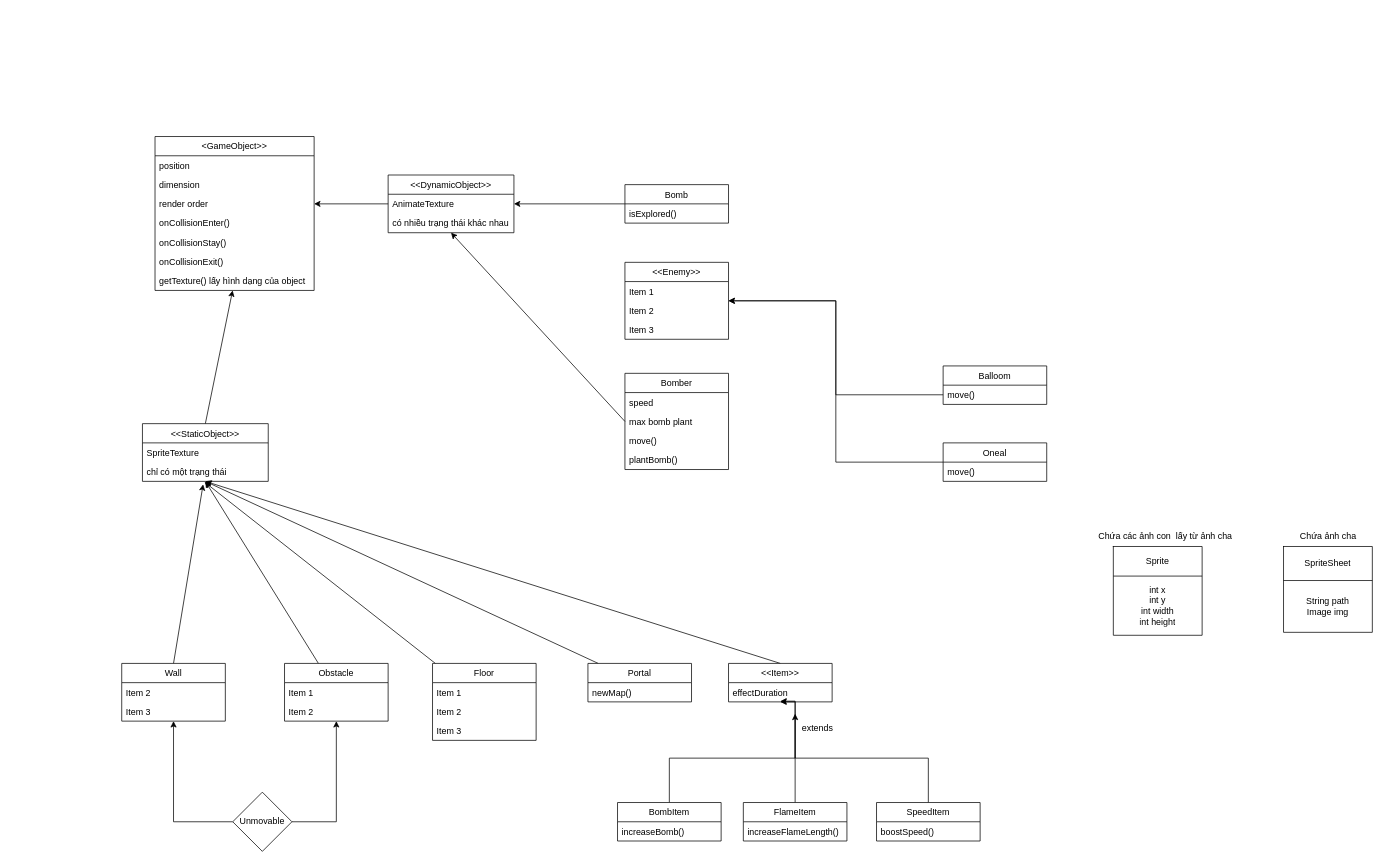
This is src/main/java/uet/gryffindor/game/object/object uml.drawio from hoang1007/bomberman, a draw.io file, before an edit. Source tidied: cells renumbered, new cells numbered last; positions are measured from the earlier drawing's top-left corner, leaving out a move shared by most shapes. Both pictures are drawn from the tidied source at 74%, with x=0, y=0 at pixel (121, 136).
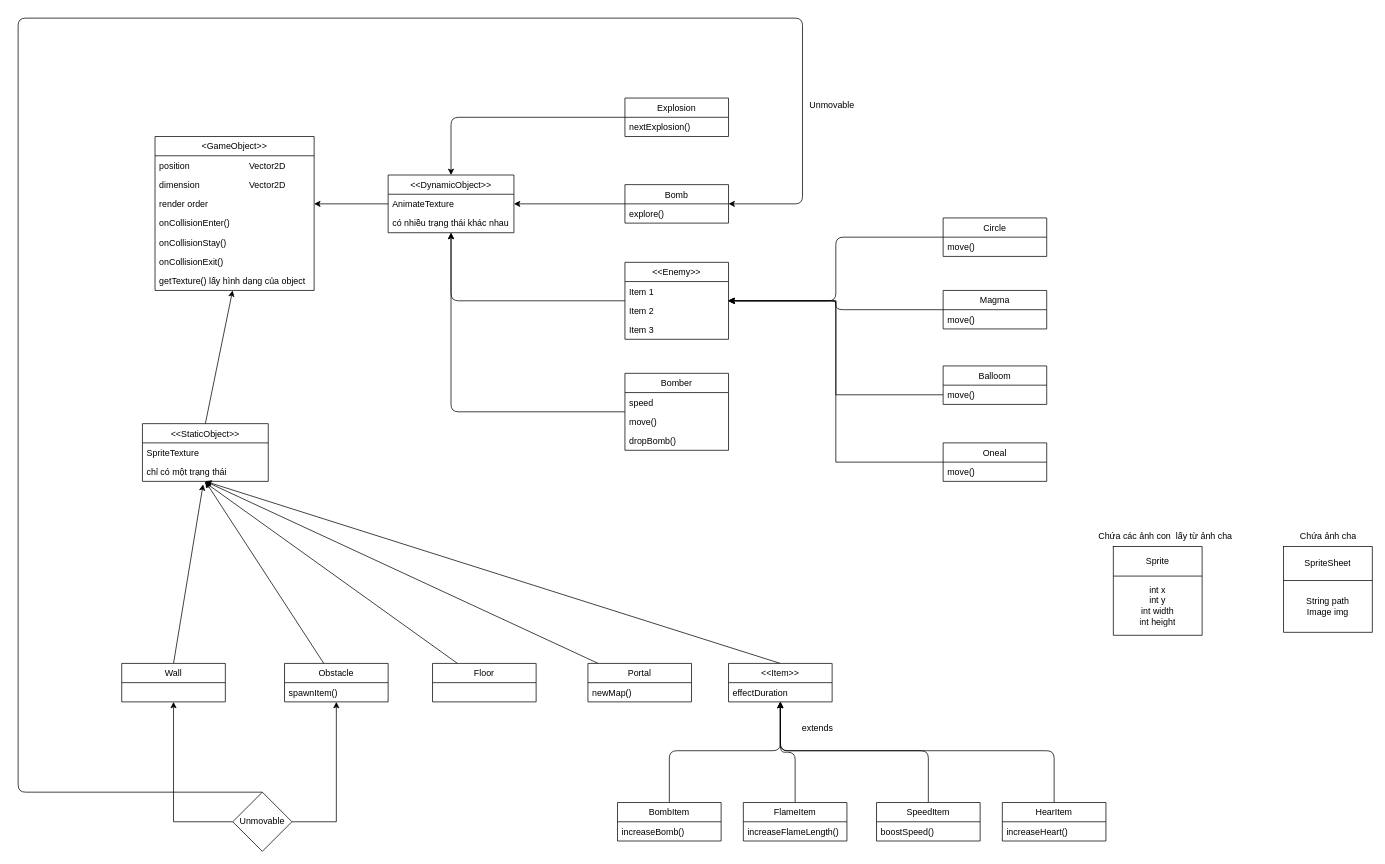
The same page after the edit.

Unchanged cells that the change refers to:
```xml
<mxCell id="14" value="&lt;GameObject&gt;&gt;" style="swimlane;fontStyle=0;horizontal=1;startSize=26;" parent="1" vertex="1">
  <mxGeometry x="45" width="215" height="208" as="geometry" />
</mxCell>
<mxCell id="22" value="&lt;&lt;Enemy&gt;&gt;" style="swimlane;fontStyle=0;horizontal=1;startSize=26;" parent="1" vertex="1">
  <mxGeometry x="680" y="170" width="140" height="104" as="geometry" />
</mxCell>
<mxCell id="24" value="Item 2" style="text;strokeColor=none;fillColor=none;align=left;verticalAlign=top;spacingLeft=4;spacingRight=4;overflow=hidden;points=[[0,0.5],[1,0.5]];portConstraint=eastwest;" parent="22" vertex="1">
  <mxGeometry y="52" width="140" height="26" as="geometry" />
</mxCell>
<mxCell id="48" value="&lt;&lt;Item&gt;&gt;" style="swimlane;fontStyle=0;horizontal=1;startSize=26;" parent="1" vertex="1">
  <mxGeometry x="820" y="712" width="140" height="52" as="geometry" />
</mxCell>
<mxCell id="49" value="effectDuration" style="text;strokeColor=none;fillColor=none;align=left;verticalAlign=top;spacingLeft=4;spacingRight=4;overflow=hidden;points=[[0,0.5],[1,0.5]];portConstraint=eastwest;" parent="48" vertex="1">
  <mxGeometry y="26" width="140" height="26" as="geometry" />
</mxCell>
<mxCell id="51" value="BombItem" style="swimlane;fontStyle=0;horizontal=1;startSize=26;" parent="1" vertex="1">
  <mxGeometry x="670" y="900" width="140" height="52" as="geometry" />
</mxCell>
<mxCell id="54" value="FlameItem" style="swimlane;fontStyle=0;horizontal=1;startSize=26;" parent="1" vertex="1">
  <mxGeometry x="840" y="900" width="140" height="52" as="geometry" />
</mxCell>
<mxCell id="57" value="SpeedItem" style="swimlane;fontStyle=0;horizontal=1;startSize=26;" parent="1" vertex="1">
  <mxGeometry x="1020" y="900" width="140" height="52" as="geometry" />
</mxCell>
<mxCell id="67" value="Unmovable" style="rhombus;whiteSpace=wrap;html=1;" parent="1" vertex="1">
  <mxGeometry x="150" y="886" width="80" height="80" as="geometry" />
</mxCell>
<mxCell id="70" value="&lt;&lt;DynamicObject&gt;&gt;" style="swimlane;fontStyle=0;horizontal=1;startSize=26;" parent="1" vertex="1">
  <mxGeometry x="360" y="52" width="170" height="78" as="geometry" />
</mxCell>
<mxCell id="78" value="Bomb" style="swimlane;fontStyle=0;horizontal=1;startSize=26;" parent="1" vertex="1">
  <mxGeometry x="680" y="65" width="140" height="52" as="geometry" />
</mxCell>
```

What changed in the source:
```diff
@@
-    <mxCell id="15" value="position" style="text;strokeColor=none;fillColor=none;align=left;verticalAlign=top;spacingLeft=4;spacingRight=4;overflow=hidden;" parent="14" vertex="1">
+    <mxCell id="15" value="position                        Vector2D" style="text;strokeColor=none;fillColor=none;align=left;verticalAlign=top;spacingLeft=4;spacingRight=4;overflow=hidden;" parent="14" vertex="1">
       <mxGeometry y="26" width="215" height="26" as="geometry" />
     </mxCell>
-    <mxCell id="16" value="dimension" style="text;strokeColor=none;fillColor=none;align=left;verticalAlign=top;spacingLeft=4;spacingRight=4;overflow=hidden;" parent="14" vertex="1">
+    <mxCell id="16" value="dimension                    Vector2D" style="text;strokeColor=none;fillColor=none;align=left;verticalAlign=top;spacingLeft=4;spacingRight=4;overflow=hidden;" parent="14" vertex="1">
       <mxGeometry y="52" width="215" height="26" as="geometry" />
     </mxCell>
@@
+    <mxCell id="81" style="edgeStyle=orthogonalEdgeStyle;html=1;" parent="1" edge="1" source="22" target="70">
+      <mxGeometry relative="1" as="geometry" />
+    </mxCell>
@@
+    <mxCell id="82" style="edgeStyle=orthogonalEdgeStyle;html=1;" parent="1" edge="1" source="26" target="70">
+      <mxGeometry relative="1" as="geometry" />
+    </mxCell>
     <mxCell id="26" value="Bomber" style="swimlane;fontStyle=0;horizontal=1;startSize=26;" parent="1" vertex="1">
-      <mxGeometry x="680" y="320" width="140" height="130" as="geometry" />
+      <mxGeometry x="680" y="320" width="140" height="104" as="geometry" />
     </mxCell>
@@
-    <mxCell id="28" value="max bomb plant" style="text;strokeColor=none;fillColor=none;align=left;verticalAlign=top;spacingLeft=4;spacingRight=4;overflow=hidden;points=[[0,0.5],[1,0.5]];portConstraint=eastwest;" parent="26" vertex="1">
-      <mxGeometry y="52" width="140" height="26" as="geometry" />
-    </mxCell>
     <mxCell id="29" value="move()" style="text;strokeColor=none;fillColor=none;align=left;verticalAlign=top;spacingLeft=4;spacingRight=4;overflow=hidden;" parent="26" vertex="1">
-      <mxGeometry y="78" width="140" height="26" as="geometry" />
+      <mxGeometry y="52" width="140" height="26" as="geometry" />
     </mxCell>
-    <mxCell id="30" value="plantBomb()" style="text;strokeColor=none;fillColor=none;align=left;verticalAlign=top;spacingLeft=4;spacingRight=4;overflow=hidden;" parent="26" vertex="1">
-      <mxGeometry y="104" width="140" height="26" as="geometry" />
+    <mxCell id="30" value="dropBomb()" style="text;strokeColor=none;fillColor=none;align=left;verticalAlign=top;spacingLeft=4;spacingRight=4;overflow=hidden;" parent="26" vertex="1">
+      <mxGeometry y="78" width="140" height="26" as="geometry" />
     </mxCell>
@@
     <mxCell id="32" value="Wall" style="swimlane;fontStyle=0;horizontal=1;startSize=26;" parent="1" vertex="1">
-      <mxGeometry y="712" width="140" height="78" as="geometry" />
+      <mxGeometry y="712" width="140" height="52" as="geometry" />
     </mxCell>
-    <mxCell id="33" value="Item 2" style="text;strokeColor=none;fillColor=none;align=left;verticalAlign=top;spacingLeft=4;spacingRight=4;overflow=hidden;" parent="32" vertex="1">
-      <mxGeometry y="26" width="140" height="26" as="geometry" />
-    </mxCell>
-    <mxCell id="34" value="Item 3" style="text;strokeColor=none;fillColor=none;align=left;verticalAlign=top;spacingLeft=4;spacingRight=4;overflow=hidden;" parent="32" vertex="1">
-      <mxGeometry y="52" width="140" height="26" as="geometry" />
-    </mxCell>
@@
     <mxCell id="36" value="Obstacle" style="swimlane;fontStyle=0;horizontal=1;startSize=26;" parent="1" vertex="1">
-      <mxGeometry x="220" y="712" width="140" height="78" as="geometry" />
+      <mxGeometry x="220" y="712" width="140" height="52" as="geometry" />
     </mxCell>
-    <mxCell id="37" value="Item 1" style="text;strokeColor=none;fillColor=none;align=left;verticalAlign=top;spacingLeft=4;spacingRight=4;overflow=hidden;" parent="36" vertex="1">
-      <mxGeometry y="26" width="140" height="26" as="geometry" />
-    </mxCell>
-    <mxCell id="38" value="Item 2" style="text;strokeColor=none;fillColor=none;align=left;verticalAlign=top;spacingLeft=4;spacingRight=4;overflow=hidden;" parent="36" vertex="1">
-      <mxGeometry y="52" width="140" height="26" as="geometry" />
+    <mxCell id="38" value="spawnItem()" style="text;strokeColor=none;fillColor=none;align=left;verticalAlign=top;spacingLeft=4;spacingRight=4;overflow=hidden;" parent="36" vertex="1">
+      <mxGeometry y="26" width="140" height="26" as="geometry" />
     </mxCell>
@@
     <mxCell id="40" value="Floor" style="swimlane;fontStyle=0;horizontal=1;startSize=26;" parent="1" vertex="1">
-      <mxGeometry x="420" y="712" width="140" height="104" as="geometry" />
+      <mxGeometry x="420" y="712" width="140" height="52" as="geometry" />
     </mxCell>
-    <mxCell id="41" value="Item 1" style="text;strokeColor=none;fillColor=none;align=left;verticalAlign=top;spacingLeft=4;spacingRight=4;overflow=hidden;" parent="40" vertex="1">
-      <mxGeometry y="26" width="140" height="26" as="geometry" />
-    </mxCell>
-    <mxCell id="42" value="Item 2" style="text;strokeColor=none;fillColor=none;align=left;verticalAlign=top;spacingLeft=4;spacingRight=4;overflow=hidden;" parent="40" vertex="1">
-      <mxGeometry y="52" width="140" height="26" as="geometry" />
-    </mxCell>
-    <mxCell id="43" value="Item 3" style="text;strokeColor=none;fillColor=none;align=left;verticalAlign=top;spacingLeft=4;spacingRight=4;overflow=hidden;" parent="40" vertex="1">
-      <mxGeometry y="78" width="140" height="26" as="geometry" />
-    </mxCell>
@@
-    <mxCell id="50" style="edgeStyle=orthogonalEdgeStyle;rounded=0;jettySize=auto;html=1;entryX=0.5;entryY=1;entryDx=0;entryDy=0;" parent="1" edge="1" source="51" target="48">
+    <mxCell id="50" style="edgeStyle=orthogonalEdgeStyle;html=1;" parent="1" edge="1" source="51" target="48">
       <mxGeometry relative="1" as="geometry">
         <Array as="points">
-          <mxPoint x="740" y="840" />
-          <mxPoint x="910" y="840" />
+          <mxPoint x="740" y="830" />
+          <mxPoint x="890" y="830" />
         </Array>
       </mxGeometry>
     </mxCell>
@@
-    <mxCell id="53" style="edgeStyle=orthogonalEdgeStyle;rounded=0;jettySize=auto;html=1;exitX=0.5;exitY=0;exitDx=0;exitDy=0;" parent="1" edge="1" source="54">
-      <mxGeometry relative="1" as="geometry">
-        <mxPoint x="910" y="780" as="targetPoint" />
-      </mxGeometry>
-    </mxCell>
+    <mxCell id="83" style="edgeStyle=orthogonalEdgeStyle;html=1;" parent="1" edge="1" source="54" target="48">
+      <mxGeometry relative="1" as="geometry" />
+    </mxCell>
@@
-    <mxCell id="56" style="edgeStyle=orthogonalEdgeStyle;rounded=0;jettySize=auto;html=1;entryX=0.5;entryY=0.962;entryDx=0;entryDy=0;entryPerimeter=0;" parent="1" edge="1" source="57" target="49">
-      <mxGeometry relative="1" as="geometry">
-        <Array as="points">
-          <mxPoint x="1090" y="840" />
-          <mxPoint x="910" y="840" />
-        </Array>
-      </mxGeometry>
-    </mxCell>
+    <mxCell id="84" style="edgeStyle=orthogonalEdgeStyle;html=1;" parent="1" edge="1" source="57" target="48">
+      <mxGeometry relative="1" as="geometry">
+        <Array as="points">
+          <mxPoint x="1090" y="830" />
+          <mxPoint x="890" y="830" />
+        </Array>
+      </mxGeometry>
+    </mxCell>
@@
+    <mxCell id="85" style="edgeStyle=orthogonalEdgeStyle;html=1;exitX=0.5;exitY=0;exitDx=0;exitDy=0;" parent="1" edge="1" source="67" target="78">
+      <mxGeometry relative="1" as="geometry">
+        <Array as="points">
+          <mxPoint x="-140" y="886" />
+          <mxPoint x="-140" y="-160" />
+          <mxPoint x="920" y="-160" />
+          <mxPoint x="920" y="91" />
+        </Array>
+      </mxGeometry>
+    </mxCell>
@@
-    <mxCell id="79" value="isExplored()" style="text;strokeColor=none;fillColor=none;align=left;verticalAlign=top;spacingLeft=4;spacingRight=4;overflow=hidden;" parent="78" vertex="1">
+    <mxCell id="79" value="explore()" style="text;strokeColor=none;fillColor=none;align=left;verticalAlign=top;spacingLeft=4;spacingRight=4;overflow=hidden;" parent="78" vertex="1">
       <mxGeometry y="26" width="140" height="26" as="geometry" />
     </mxCell>
-    <mxCell id="80" style="edgeStyle=none;html=1;exitX=0;exitY=0.5;exitDx=0;exitDy=0;entryX=0.5;entryY=1;entryDx=0;entryDy=0;" parent="1" edge="1" source="28" target="70">
-      <mxGeometry relative="1" as="geometry" />
-    </mxCell>
+    <mxCell id="86" style="edgeStyle=elbowEdgeStyle;html=1;entryX=0.993;entryY=0;entryDx=0;entryDy=0;entryPerimeter=0;" parent="1" edge="1" source="87" target="24">
+      <mxGeometry relative="1" as="geometry" />
+    </mxCell>
+    <mxCell id="87" value="Magma" style="swimlane;fontStyle=0;horizontal=1;startSize=26;" parent="1" vertex="1">
+      <mxGeometry x="1110" y="208" width="140" height="52" as="geometry" />
+    </mxCell>
+    <mxCell id="88" value="move()" style="text;strokeColor=none;fillColor=none;align=left;verticalAlign=top;spacingLeft=4;spacingRight=4;overflow=hidden;" parent="87" vertex="1">
+      <mxGeometry y="26" width="140" height="26" as="geometry" />
+    </mxCell>
+    <mxCell id="89" style="edgeStyle=elbowEdgeStyle;html=1;exitX=0;exitY=0.5;exitDx=0;exitDy=0;entryX=1;entryY=0.5;entryDx=0;entryDy=0;" parent="1" edge="1" source="90" target="22">
+      <mxGeometry relative="1" as="geometry" />
+    </mxCell>
+    <mxCell id="90" value="Circle" style="swimlane;fontStyle=0;horizontal=1;startSize=26;" parent="1" vertex="1">
+      <mxGeometry x="1110" y="110" width="140" height="52" as="geometry" />
+    </mxCell>
+    <mxCell id="91" value="move()" style="text;strokeColor=none;fillColor=none;align=left;verticalAlign=top;spacingLeft=4;spacingRight=4;overflow=hidden;" parent="90" vertex="1">
+      <mxGeometry y="26" width="140" height="26" as="geometry" />
+    </mxCell>
+    <mxCell id="92" style="edgeStyle=orthogonalEdgeStyle;html=1;" parent="1" edge="1" source="93" target="48">
+      <mxGeometry relative="1" as="geometry">
+        <Array as="points">
+          <mxPoint x="1260" y="830" />
+          <mxPoint x="890" y="830" />
+        </Array>
+      </mxGeometry>
+    </mxCell>
+    <mxCell id="93" value="HearItem" style="swimlane;fontStyle=0;horizontal=1;startSize=26;" parent="1" vertex="1">
+      <mxGeometry x="1190" y="900" width="140" height="52" as="geometry" />
+    </mxCell>
+    <mxCell id="94" value="increaseHeart()" style="text;strokeColor=none;fillColor=none;align=left;verticalAlign=top;spacingLeft=4;spacingRight=4;overflow=hidden;" parent="93" vertex="1">
+      <mxGeometry y="26" width="140" height="26" as="geometry" />
+    </mxCell>
+    <mxCell id="95" style="edgeStyle=orthogonalEdgeStyle;html=1;" parent="1" edge="1" source="96" target="70">
+      <mxGeometry relative="1" as="geometry" />
+    </mxCell>
+    <mxCell id="96" value="Explosion" style="swimlane;fontStyle=0;horizontal=1;startSize=26;" parent="1" vertex="1">
+      <mxGeometry x="680" y="-52" width="140" height="52" as="geometry" />
+    </mxCell>
+    <mxCell id="97" value="nextExplosion()" style="text;strokeColor=none;fillColor=none;align=left;verticalAlign=top;spacingLeft=4;spacingRight=4;overflow=hidden;" parent="96" vertex="1">
+      <mxGeometry y="26" width="140" height="26" as="geometry" />
+    </mxCell>
+    <mxCell id="98" value="Unmovable" style="text;html=1;strokeColor=none;fillColor=none;align=center;verticalAlign=middle;whiteSpace=wrap;rounded=0;" parent="1" vertex="1">
+      <mxGeometry x="940" y="-52" width="40" height="20" as="geometry" />
+    </mxCell>
```
